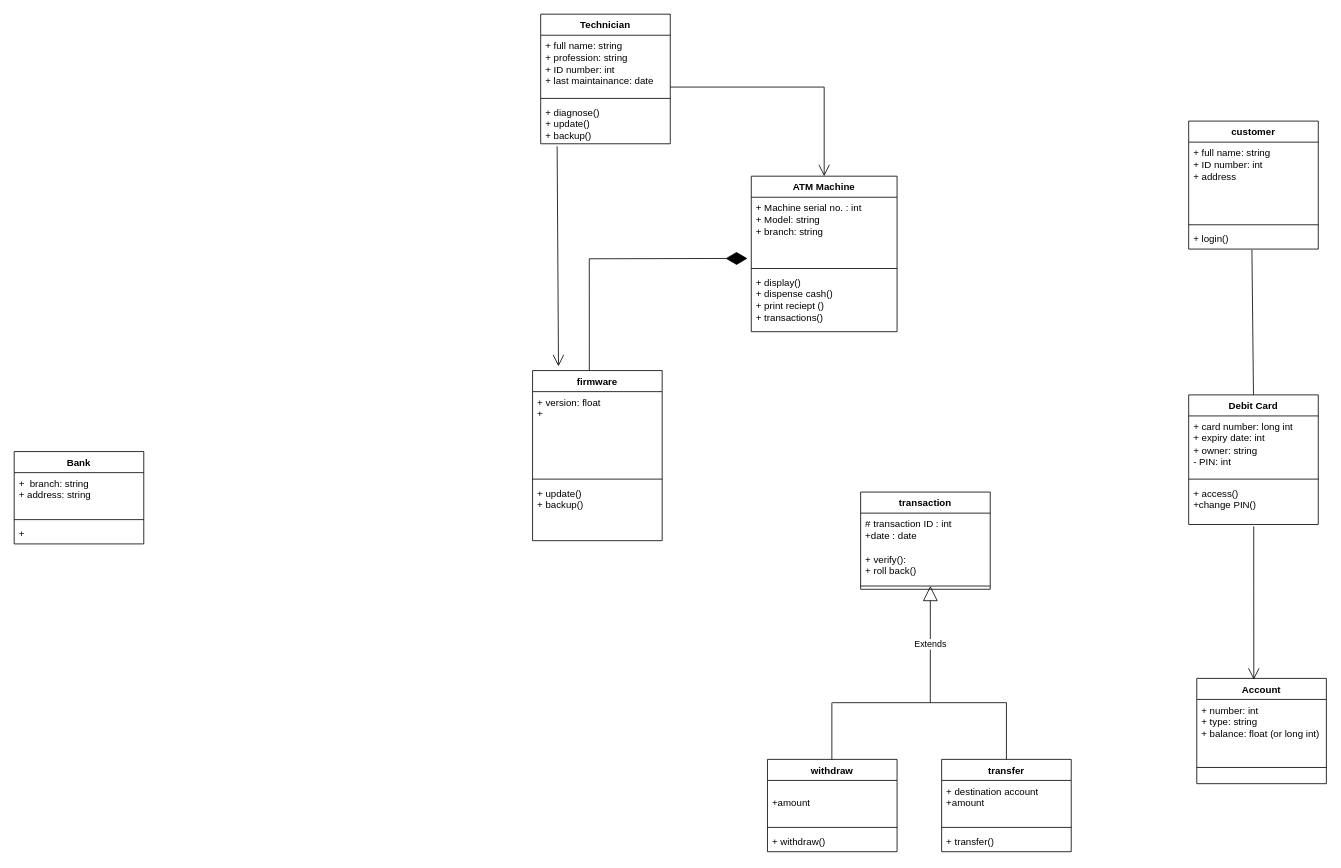
Earlier version of the draw.io diagram Class Diagram ATM.drawio (LoneStreetSkater/DRAW.IO). Source tidied: cells renumbered, new cells numbered last; positions are measured from the earlier drawing's top-left corner, leaving out a move shared by most shapes. Both pictures are drawn from the tidied source at 81%, with x=0, y=0 at pixel (14, 14).
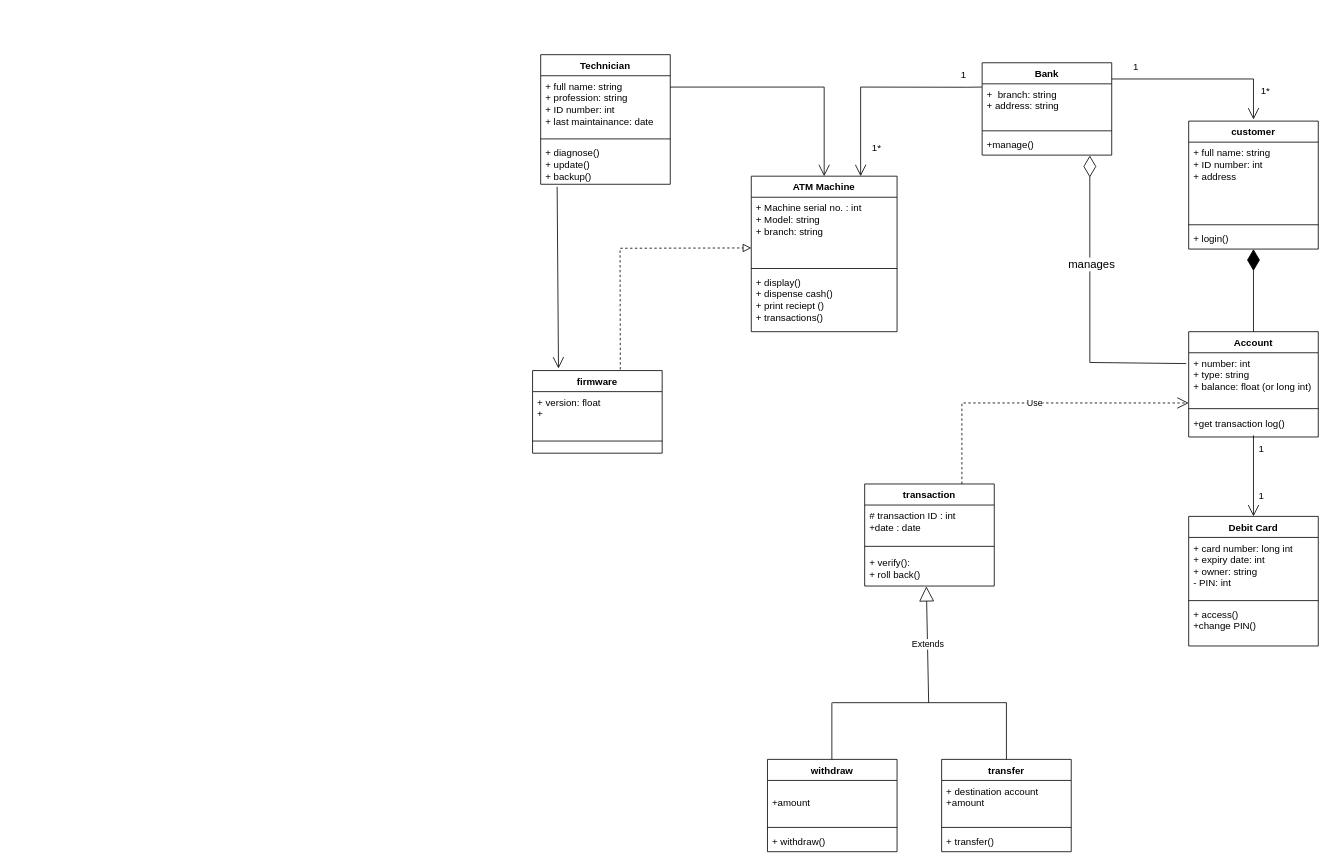
After the change.

Unchanged cells that the change refers to:
```xml
<mxCell id="5" value="+ login()" style="text;strokeColor=none;fillColor=none;align=left;verticalAlign=top;spacingLeft=4;spacingRight=4;overflow=hidden;points=[[0,0.5],[1,0.5]];portConstraint=eastwest;whiteSpace=wrap;html=1;" parent="2" vertex="1">
  <mxGeometry y="132" width="160" height="26" as="geometry" />
</mxCell>
<mxCell id="6" value="ATM Machine" style="swimlane;fontStyle=1;align=center;verticalAlign=top;horizontal=1;startSize=26;whiteSpace=wrap;html=1;" parent="1" vertex="1">
  <mxGeometry x="910" y="200" width="180" height="192" as="geometry" />
</mxCell>
<mxCell id="7" value="+ Machine serial no. : int&amp;nbsp;&lt;div&gt;+ Model: string&lt;/div&gt;&lt;div&gt;+ branch: string&lt;/div&gt;" style="text;strokeColor=none;fillColor=none;align=left;verticalAlign=top;spacingLeft=4;spacingRight=4;overflow=hidden;points=[[0,0.5],[1,0.5]];portConstraint=eastwest;whiteSpace=wrap;html=1;" parent="6" vertex="1">
  <mxGeometry y="26" width="180" height="84" as="geometry" />
</mxCell>
<mxCell id="13" value="+ access()&lt;div&gt;+change PIN()&lt;/div&gt;" style="text;strokeColor=none;fillColor=none;align=left;verticalAlign=top;spacingLeft=4;spacingRight=4;overflow=hidden;points=[[0,0.5],[1,0.5]];portConstraint=eastwest;whiteSpace=wrap;html=1;" parent="10" vertex="1">
  <mxGeometry y="108" width="160" height="52" as="geometry" />
</mxCell>
<mxCell id="23" value="+ number: int&lt;div&gt;+ type: string&lt;/div&gt;&lt;div&gt;+ balance: float (or long int)&lt;/div&gt;" style="text;strokeColor=none;fillColor=none;align=left;verticalAlign=top;spacingLeft=4;spacingRight=4;overflow=hidden;points=[[0,0.5],[1,0.5]];portConstraint=eastwest;whiteSpace=wrap;html=1;" parent="22" vertex="1">
  <mxGeometry y="26" width="160" height="64" as="geometry" />
</mxCell>
```

Diff of the diagram source:
```diff
@@
     <mxCell id="10" value="Debit Card" style="swimlane;fontStyle=1;align=center;verticalAlign=top;horizontal=1;startSize=26;whiteSpace=wrap;html=1;" parent="1" vertex="1">
-      <mxGeometry x="1450" y="470" width="160" height="160" as="geometry" />
+      <mxGeometry x="1450" y="620" width="160" height="160" as="geometry" />
     </mxCell>
@@
     <mxCell id="14" value="Technician" style="swimlane;fontStyle=1;align=center;verticalAlign=top;horizontal=1;startSize=26;whiteSpace=wrap;html=1;" parent="1" vertex="1">
-      <mxGeometry x="650" width="160" height="160" as="geometry" />
+      <mxGeometry x="650" y="50" width="160" height="160" as="geometry" />
     </mxCell>
@@
     <mxCell id="18" value="transaction" style="swimlane;fontStyle=1;align=center;verticalAlign=top;horizontal=1;startSize=26;whiteSpace=wrap;html=1;" parent="1" vertex="1">
-      <mxGeometry x="1045" y="590" width="160" height="120" as="geometry" />
+      <mxGeometry x="1050" y="580" width="160" height="126" as="geometry" />
     </mxCell>
@@
+    <mxCell id="21" style="line;strokeWidth=1;fillColor=none;align=left;verticalAlign=middle;spacingTop=-1;spacingLeft=3;spacingRight=3;labelPosition=right;strokeColor=inherit;" parent="18" vertex="1">
+      <mxGeometry y="70" width="160" height="14" as="geometry" />
+    </mxCell>
     <mxCell id="20" value="+ verify():&lt;div&gt;+ roll back()&lt;/div&gt;" style="text;strokeColor=none;fillColor=none;align=left;verticalAlign=top;spacingLeft=4;spacingRight=4;overflow=hidden;points=[[0,0.5],[1,0.5]];portConstraint=eastwest;whiteSpace=wrap;html=1;" parent="18" vertex="1">
-      <mxGeometry y="70" width="160" height="42" as="geometry" />
+      <mxGeometry y="84" width="160" height="42" as="geometry" />
     </mxCell>
-    <mxCell id="21" style="line;strokeWidth=1;fillColor=none;align=left;verticalAlign=middle;spacingTop=-1;spacingLeft=3;spacingRight=3;labelPosition=right;strokeColor=inherit;" parent="18" vertex="1">
-      <mxGeometry y="112" width="160" height="8" as="geometry" />
-    </mxCell>
     <mxCell id="22" value="Account" style="swimlane;fontStyle=1;align=center;verticalAlign=top;horizontal=1;startSize=26;whiteSpace=wrap;html=1;" parent="1" vertex="1">
-      <mxGeometry x="1460" y="820" width="160" height="130" as="geometry" />
+      <mxGeometry x="1450" y="392" width="160" height="130" as="geometry" />
     </mxCell>
@@
     <mxCell id="24" style="line;strokeWidth=1;fillColor=none;align=left;verticalAlign=middle;spacingTop=-1;spacingLeft=3;spacingRight=3;labelPosition=right;strokeColor=inherit;" parent="22" vertex="1">
-      <mxGeometry y="90" width="160" height="40" as="geometry" />
+      <mxGeometry y="90" width="160" height="10" as="geometry" />
     </mxCell>
+    <mxCell id="50" value="+get transaction log()" style="text;strokeColor=none;fillColor=none;align=left;verticalAlign=top;spacingLeft=4;spacingRight=4;overflow=hidden;whiteSpace=wrap;html=1;" parent="22" vertex="1">
+      <mxGeometry y="100" width="160" height="30" as="geometry" />
+    </mxCell>
@@
     <mxCell id="33" value="firmware" style="swimlane;fontStyle=1;align=center;verticalAlign=top;horizontal=1;startSize=26;whiteSpace=wrap;html=1;" parent="1" vertex="1">
-      <mxGeometry x="640" y="440" width="160" height="210" as="geometry" />
+      <mxGeometry x="640" y="440" width="160" height="102" as="geometry" />
     </mxCell>
     <mxCell id="34" value="+ version: float&lt;span style=&quot;background-color: initial;&quot;&gt;&amp;nbsp;&lt;/span&gt;&lt;div&gt;&lt;span style=&quot;background-color: initial;&quot;&gt;+&amp;nbsp;&lt;/span&gt;&lt;/div&gt;" style="text;strokeColor=none;fillColor=none;align=left;verticalAlign=top;spacingLeft=4;spacingRight=4;overflow=hidden;whiteSpace=wrap;html=1;" parent="33" vertex="1">
-      <mxGeometry y="26" width="160" height="104" as="geometry" />
+      <mxGeometry y="26" width="160" height="46" as="geometry" />
     </mxCell>
     <mxCell id="35" style="line;strokeWidth=1;fillColor=none;align=left;verticalAlign=middle;spacingTop=-1;spacingLeft=3;spacingRight=3;labelPosition=right;strokeColor=inherit;" parent="33" vertex="1">
-      <mxGeometry y="130" width="160" height="8" as="geometry" />
+      <mxGeometry y="72" width="160" height="30" as="geometry" />
     </mxCell>
-    <mxCell id="36" value="+ update()&amp;nbsp;&lt;div&gt;+ backup()&lt;/div&gt;" style="text;strokeColor=none;fillColor=none;align=left;verticalAlign=top;spacingLeft=4;spacingRight=4;overflow=hidden;whiteSpace=wrap;html=1;" parent="33" vertex="1">
-      <mxGeometry y="138" width="160" height="72" as="geometry" />
-    </mxCell>
-    <mxCell id="37" value="Extends" style="endArrow=block;endSize=16;endFill=0;html=1;rounded=0;entryX=0.538;entryY=1.095;entryDx=0;entryDy=0;entryPerimeter=0;" parent="1" edge="1" target="20">
+    <mxCell id="37" value="Extends" style="endArrow=block;endSize=16;endFill=0;html=1;rounded=0;entryX=0.476;entryY=1.011;entryDx=0;entryDy=0;entryPerimeter=0;" parent="1" edge="1" target="20">
       <mxGeometry relative="1" as="geometry">
-        <mxPoint x="1131" y="850" as="sourcePoint" />
+        <mxPoint x="1129" y="850" as="sourcePoint" />
       </mxGeometry>
     </mxCell>
@@
-    <mxCell id="41" style="endArrow=none;html=1;rounded=0;entryX=0.488;entryY=1.038;entryDx=0;entryDy=0;entryPerimeter=0;exitX=0.5;exitY=0;exitDx=0;exitDy=0;" parent="1" edge="1" source="10" target="5">
-      <mxGeometry relative="1" as="geometry" />
-    </mxCell>
-    <mxCell id="42" style="endArrow=open;endFill=1;endSize=12;html=1;rounded=0;exitX=0.502;exitY=1.045;exitDx=0;exitDy=0;exitPerimeter=0;entryX=0.44;entryY=0.012;entryDx=0;entryDy=0;entryPerimeter=0;" parent="1" edge="1" source="13" target="22">
-      <mxGeometry relative="1" as="geometry" />
-    </mxCell>
-    <mxCell id="43" style="endArrow=diamondThin;endFill=1;endSize=24;html=1;rounded=0;exitX=0.438;exitY=0;exitDx=0;exitDy=0;exitPerimeter=0;entryX=-0.026;entryY=0.899;entryDx=0;entryDy=0;entryPerimeter=0;" parent="1" edge="1" source="33" target="7">
-      <mxGeometry relative="1" as="geometry">
-        <Array as="points">
-          <mxPoint x="710" y="302" />
-        </Array>
-      </mxGeometry>
-    </mxCell>
@@
     <mxCell id="46" value="Bank" style="swimlane;fontStyle=1;align=center;verticalAlign=top;horizontal=1;startSize=26;whiteSpace=wrap;html=1;" parent="1" vertex="1">
-      <mxGeometry y="540" width="160" height="114" as="geometry" />
+      <mxGeometry x="1195" y="60" width="160" height="114" as="geometry" />
     </mxCell>
@@
-    <mxCell id="49" value="+&amp;nbsp;" style="text;strokeColor=none;fillColor=none;align=left;verticalAlign=top;spacingLeft=4;spacingRight=4;overflow=hidden;points=[[0,0.5],[1,0.5]];portConstraint=eastwest;whiteSpace=wrap;html=1;" parent="46" vertex="1">
+    <mxCell id="49" value="+manage()" style="text;strokeColor=none;fillColor=none;align=left;verticalAlign=top;spacingLeft=4;spacingRight=4;overflow=hidden;points=[[0,0.5],[1,0.5]];portConstraint=eastwest;whiteSpace=wrap;html=1;" parent="46" vertex="1">
       <mxGeometry y="88" width="160" height="26" as="geometry" />
     </mxCell>
+    <mxCell id="51" style="endArrow=block;startArrow=none;endFill=0;startFill=0;endSize=8;html=1;verticalAlign=bottom;dashed=1;labelBackgroundColor=none;rounded=0;exitX=0.677;exitY=-0.013;exitDx=0;exitDy=0;exitPerimeter=0;" parent="1" edge="1" source="33">
+      <mxGeometry relative="1" as="geometry">
+        <mxPoint x="910" y="288.6" as="targetPoint" />
+        <Array as="points">
+          <mxPoint x="748" y="289" />
+        </Array>
+      </mxGeometry>
+    </mxCell>
+    <mxCell id="52" style="endArrow=diamondThin;endFill=1;endSize=24;html=1;rounded=0;exitX=0.5;exitY=0;exitDx=0;exitDy=0;" parent="1" edge="1" source="22">
+      <mxGeometry relative="1" as="geometry">
+        <mxPoint x="1530" y="290" as="targetPoint" />
+      </mxGeometry>
+    </mxCell>
+    <mxCell id="53" style="endArrow=open;endFill=1;endSize=12;html=1;rounded=0;entryX=0.5;entryY=0;entryDx=0;entryDy=0;" parent="1" edge="1" target="10">
+      <mxGeometry relative="1" as="geometry">
+        <mxPoint x="1530" y="520" as="sourcePoint" />
+      </mxGeometry>
+    </mxCell>
+    <mxCell id="54" value="1" style="text;html=1;align=center;verticalAlign=middle;whiteSpace=wrap;rounded=0;" parent="1" vertex="1">
+      <mxGeometry x="1510" y="522" width="60" height="30" as="geometry" />
+    </mxCell>
+    <mxCell id="55" value="1&amp;nbsp; &amp;nbsp; &amp;nbsp; &amp;nbsp; &amp;nbsp; &amp;nbsp;&amp;nbsp;" style="text;html=1;align=center;verticalAlign=middle;whiteSpace=wrap;rounded=0;" parent="1" vertex="1">
+      <mxGeometry x="1530" y="580" width="60" height="30" as="geometry" />
+    </mxCell>
+    <mxCell id="56" style="endArrow=diamondThin;endFill=0;endSize=24;html=1;rounded=0;entryX=0.831;entryY=1.02;entryDx=0;entryDy=0;entryPerimeter=0;exitX=-0.019;exitY=0.209;exitDx=0;exitDy=0;exitPerimeter=0;" parent="1" edge="1" source="23" target="49">
+      <mxGeometry relative="1" as="geometry">
+        <Array as="points">
+          <mxPoint x="1328" y="430" />
+        </Array>
+      </mxGeometry>
+    </mxCell>
+    <mxCell id="57" value="&lt;font style=&quot;font-size: 14px;&quot;&gt;manages&lt;/font&gt;" style="edgeLabel;html=1;align=center;verticalAlign=middle;" parent="56" vertex="1">
+      <mxGeometry x="0.32" y="-2" relative="1" as="geometry">
+        <mxPoint y="7" as="offset" />
+      </mxGeometry>
+    </mxCell>
+    <mxCell id="58" style="endArrow=open;endFill=1;endSize=12;html=1;rounded=0;" parent="1" edge="1">
+      <mxGeometry relative="1" as="geometry">
+        <mxPoint x="1355" y="80" as="sourcePoint" />
+        <mxPoint x="1530" y="130" as="targetPoint" />
+        <Array as="points">
+          <mxPoint x="1530" y="80" />
+        </Array>
+      </mxGeometry>
+    </mxCell>
+    <mxCell id="59" value="1" style="text;html=1;align=center;verticalAlign=middle;whiteSpace=wrap;rounded=0;" parent="1" vertex="1">
+      <mxGeometry x="1355" y="50" width="60" height="30" as="geometry" />
+    </mxCell>
+    <mxCell id="60" value="1*" style="text;html=1;align=center;verticalAlign=middle;whiteSpace=wrap;rounded=0;" parent="1" vertex="1">
+      <mxGeometry x="1530" y="80" width="30" height="30" as="geometry" />
+    </mxCell>
+    <mxCell id="61" style="endArrow=open;endFill=1;endSize=12;html=1;rounded=0;exitX=-0.008;exitY=0.255;exitDx=0;exitDy=0;exitPerimeter=0;entryX=0.75;entryY=0;entryDx=0;entryDy=0;" parent="1" edge="1" target="6">
+      <mxGeometry relative="1" as="geometry">
+        <mxPoint x="1194.7" y="90" as="sourcePoint" />
+        <Array as="points">
+          <mxPoint x="1176" y="90.2" />
+          <mxPoint x="1045" y="90" />
+        </Array>
+      </mxGeometry>
+    </mxCell>
+    <mxCell id="62" value="1" style="text;html=1;align=center;verticalAlign=middle;whiteSpace=wrap;rounded=0;" parent="1" vertex="1">
+      <mxGeometry x="1160" y="60" width="25" height="30" as="geometry" />
+    </mxCell>
+    <mxCell id="63" value="1*" style="text;html=1;align=center;verticalAlign=middle;whiteSpace=wrap;rounded=0;" parent="1" vertex="1">
+      <mxGeometry x="1050" y="150" width="30" height="30" as="geometry" />
+    </mxCell>
+    <mxCell id="64" value="Use" style="endArrow=open;endSize=12;dashed=1;html=1;rounded=0;exitX=0.75;exitY=0;exitDx=0;exitDy=0;" parent="1" edge="1" source="18">
+      <mxGeometry relative="1" as="geometry">
+        <mxPoint x="1450" y="480" as="targetPoint" />
+        <Array as="points">
+          <mxPoint x="1170" y="480" />
+        </Array>
+      </mxGeometry>
+    </mxCell>
```
